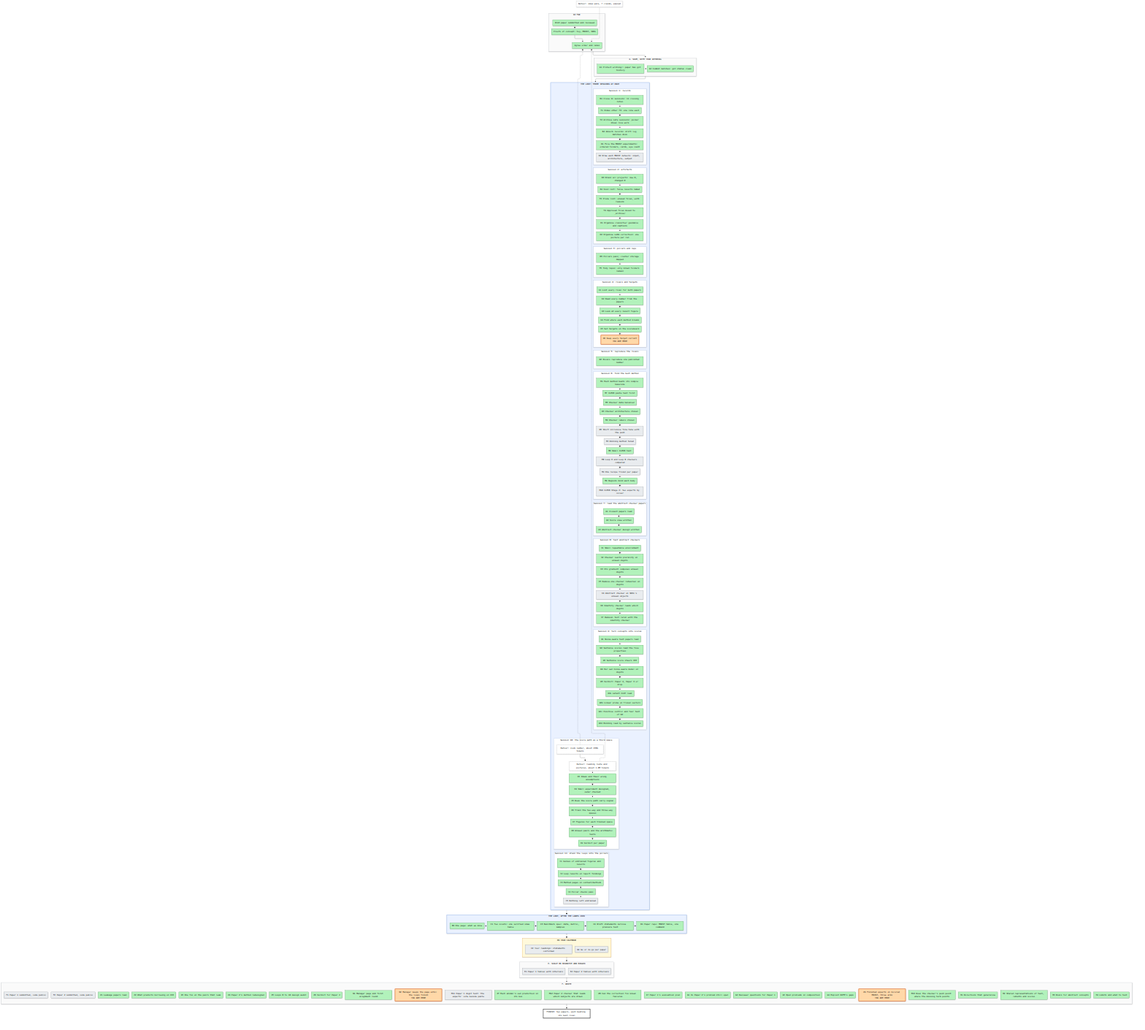
This is artifacts/notes/progress/map.png from mo-rsa24/concept-composition, a Mermaid export, as it was before one commit. Its source is kept beside it as artifacts/notes/progress/map.mmd.
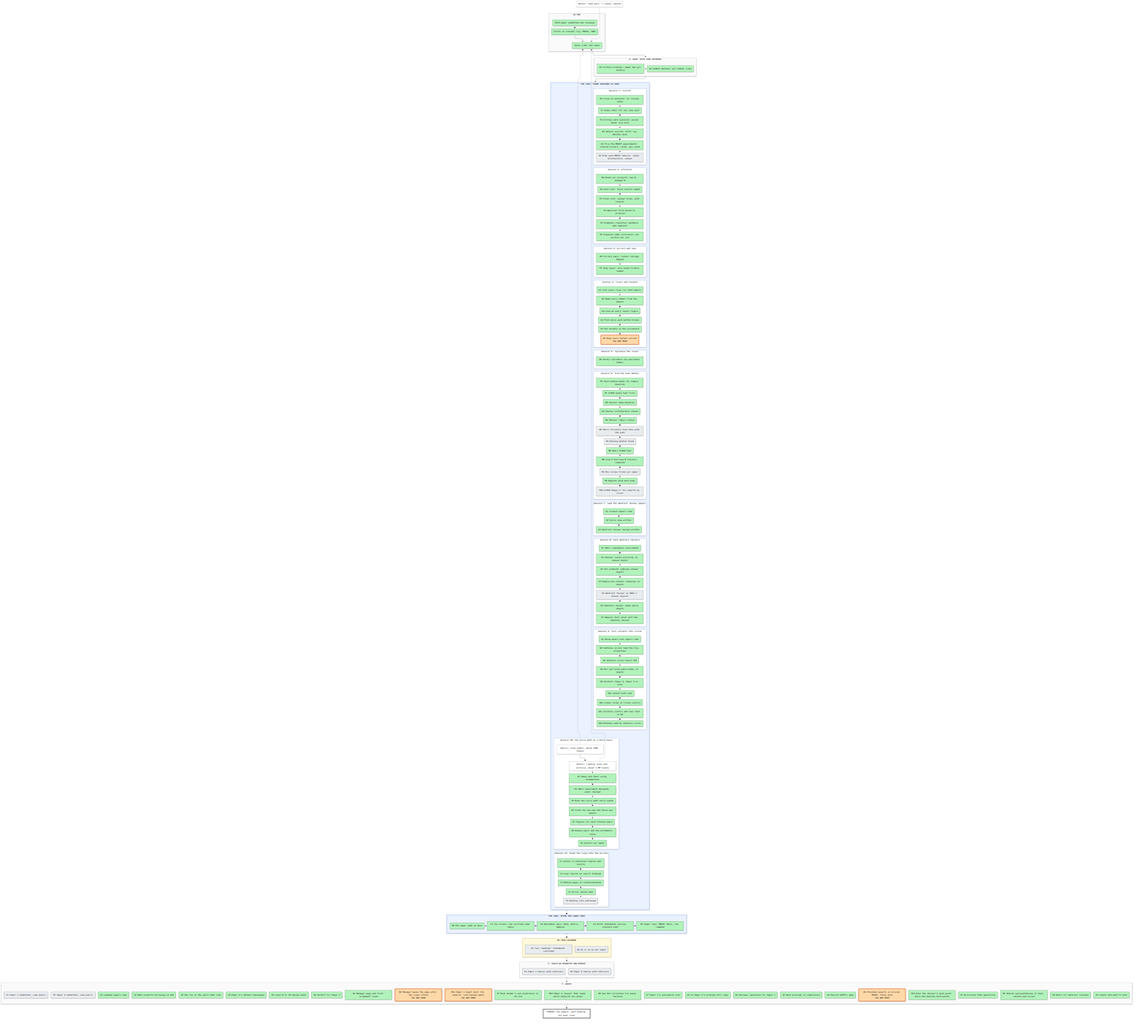
After the change.

Commit message:
Manager: M3 and M4 rescoped to Paper 1, M8 closed, after question 111

The edit, as a diff of the source:
```diff
@@ -37,7 +37,7 @@
     end
     subgraph L6["Session 6: find the best method"]
       direction TB
-      M1["M1 Each method beats its simple baseline"]:::done --> M7["M7 CLEVR paste test first"]:::done --> M5["M5 Checker data balanced"]:::done --> D3["D3 Checker architecture chosen"]:::done --> M2["M2 Checker labels chosen"]:::done --> D5["D5 Short inclusive fine-tune with the push"]:::todo --> M3["M3 Winning method tuned"]:::todo --> M6["M6 Small CLEVR test"]:::done --> M8["M8 Loop 6 and Loop 8 checkers compared"]:::todo --> M4["M4 One recipe frozen per paper"]:::todo --> M9["M9 Regions bind each body"]:::done --> M10["M10 CLEVR Stage 2: two experts by colour"]:::todo
+      M1["M1 Each method beats its simple baseline"]:::done --> M7["M7 CLEVR paste test first"]:::done --> M5["M5 Checker data balanced"]:::done --> D3["D3 Checker architecture chosen"]:::done --> M2["M2 Checker labels chosen"]:::done --> D5["D5 Short inclusive fine-tune with the push"]:::todo --> M3["M3 Winning method tuned"]:::todo --> M6["M6 Small CLEVR test"]:::done --> M8["M8 Loop 6 and Loop 8 checkers compared"]:::done --> M4["M4 One recipe frozen per paper"]:::todo --> M9["M9 Regions bind each body"]:::done --> M10["M10 CLEVR Stage 2: two experts by colour"]:::todo
     end
     subgraph L7["Session 7: read the abstract-checker papers"]
       direction TB
@@ -74,7 +74,7 @@
   end
   subgraph SF["F. WRITE"]
     direction LR
-    F1["F1 Paper 1 submitted, code public"]:::todo ~~~ F2["F2 Paper 2 submitted, code public"]:::todo ~~~ Z1["Z1 Leakage papers read"]:::done ~~~ Z2["Z2 What predicts borrowing on CO3"]:::done ~~~ Z3["Z3 One fix on the pairs that leak"]:::done ~~~ Z4["Z4 Paper 2's method redesigned"]:::done ~~~ Z5["Z5 Loops 8 to 10 design audit"]:::done ~~~ Z6["Z6 Verdict for Paper 2"]:::done ~~~ N1["N1 Manager page and first alignment round"]:::done ~~~ N2["N2 Manager keeps the page until the loops finish<br/>YOU ARE HERE"]:::doing ~~~ M11["M11 Paper 1 digit test: the experts' vote beside paste"]:::todo ~~~ Z7["Z7 Each animal's own prediction in its box"]:::done ~~~ M12["M12 Paper 2 checker that reads which subjects are drawn"]:::done ~~~ Z8["Z8 Can the correction fix known failures"]:::done ~~~ K7["K7 Paper 1's evaluation plan"]:::done ~~~ G1["G1 Is Paper 2's problem still open"]:::done ~~~ G2["G2 Reviewer questions for Paper 1"]:::done ~~~ G3["G3 Open problems in composition"]:::done ~~~ G4["G4 Exploit DCFM's gaps"]:::done ~~~ Z9["Z9 Finished experts on Colored MNIST, three arms<br/>YOU ARE HERE"]:::doing ~~~ M13["M13 Does the checker's push point where the missing term points"]:::done ~~~ H1["H1 Directions that generalise"]:::done ~~~ H2["H2 Shared representations of text, latents and scores"]:::done ~~~ H3["H3 Dials for abstract concepts"]:::done ~~~ H4["H4 Limits and what to test"]:::done
+    F1["F1 Paper 1 submitted, code public"]:::todo ~~~ F2["F2 Paper 2 submitted, code public"]:::todo ~~~ Z1["Z1 Leakage papers read"]:::done ~~~ Z2["Z2 What predicts borrowing on CO3"]:::done ~~~ Z3["Z3 One fix on the pairs that leak"]:::done ~~~ Z4["Z4 Paper 2's method redesigned"]:::done ~~~ Z5["Z5 Loops 8 to 10 design audit"]:::done ~~~ Z6["Z6 Verdict for Paper 2"]:::done ~~~ N1["N1 Manager page and first alignment round"]:::done ~~~ N2["N2 Manager keeps the page until the loops finish<br/>YOU ARE HERE"]:::doing ~~~ M11["M11 Paper 1 digit test: the experts' vote beside paste<br/>YOU ARE HERE"]:::doing ~~~ Z7["Z7 Each animal's own prediction in its box"]:::done ~~~ M12["M12 Paper 2 checker that reads which subjects are drawn"]:::done ~~~ Z8["Z8 Can the correction fix known failures"]:::done ~~~ K7["K7 Paper 1's evaluation plan"]:::done ~~~ G1["G1 Is Paper 2's problem still open"]:::done ~~~ G2["G2 Reviewer questions for Paper 1"]:::done ~~~ G3["G3 Open problems in composition"]:::done ~~~ G4["G4 Exploit DCFM's gaps"]:::done ~~~ Z9["Z9 Finished experts on Colored MNIST, three arms<br/>YOU ARE HERE"]:::doing ~~~ M13["M13 Does the checker's push point where the missing term points"]:::done ~~~ H1["H1 Directions that generalise"]:::done ~~~ H2["H2 Shared representations of text, latents and scores"]:::done ~~~ H3["H3 Dials for abstract concepts"]:::done ~~~ H4["H4 Limits and what to test"]:::done
   end
   GOAL["FINISH: two papers, each beating its best rival"]:::goal
   X0["Detour: idea walk, 7 claims, paused"]:::detour -.-> P2
```
